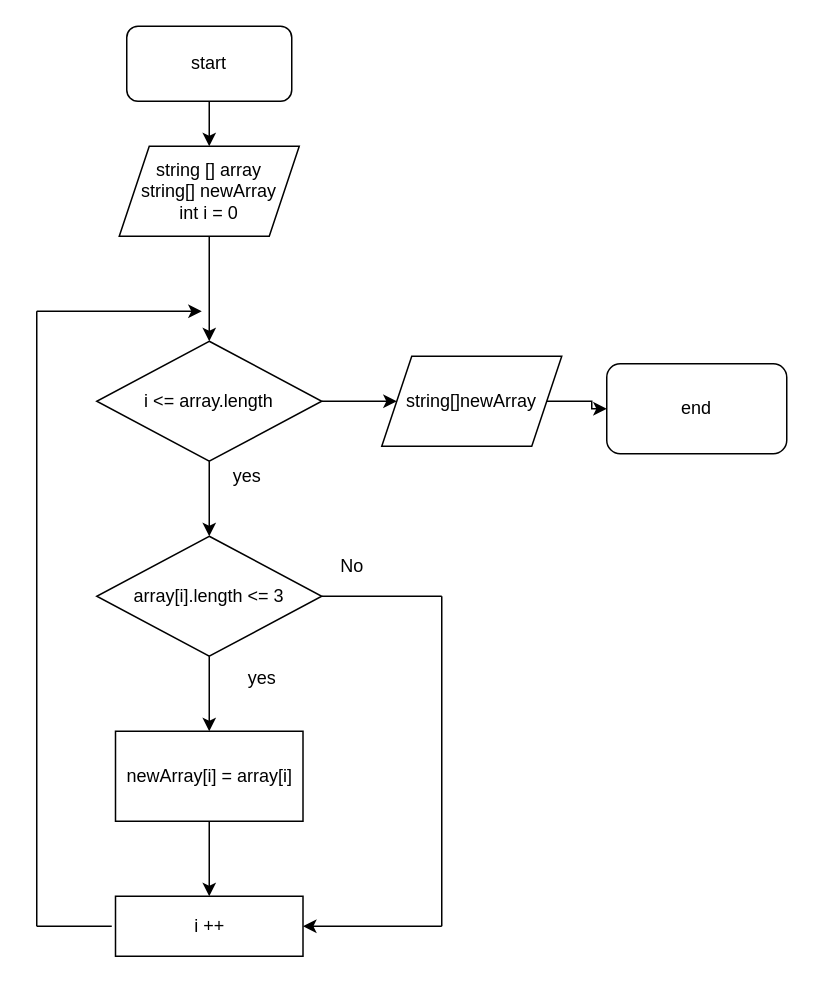
Above: Диаграмма без названия.drawio in Kosarev90/FinalWork_1 (draw.io), before the change. Source tidied: cells renumbered, new cells numbered last; positions are measured from the earlier drawing's top-left corner, leaving out a move shared by most shapes. Both pictures are drawn from the tidied source at 150%, with x=0, y=0 at pixel (36, 26).
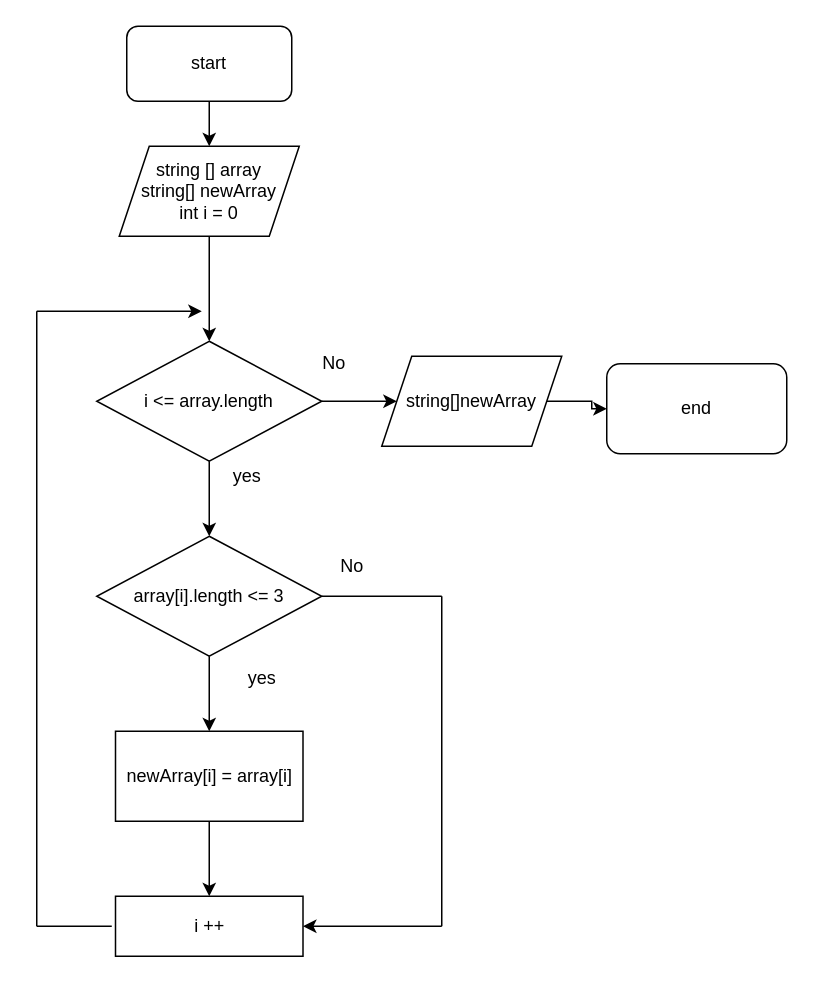
The same page after the edit.

What changed in the source:
```diff
@@
+    <mxCell id="26" value="No" style="text;html=1;align=center;verticalAlign=middle;strokeColor=none;fillColor=none;" parent="1" vertex="1">
+      <mxGeometry x="177.5" y="210" width="40" height="30" as="geometry" />
+    </mxCell>
```
